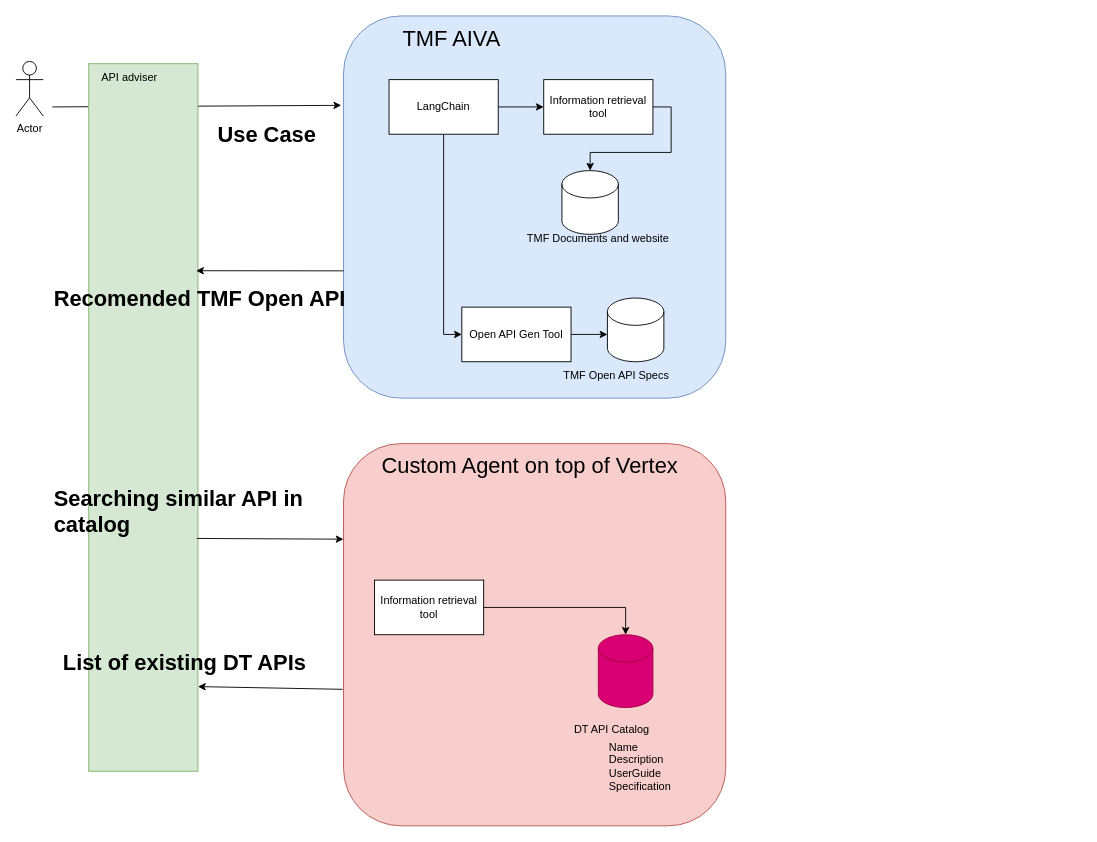
The draw.io diagram TMF hack.drawio in slookin/stuff, before the edit. Source tidied: cells renumbered, new cells numbered last; positions are measured from the earlier drawing's top-left corner, leaving out a move shared by most shapes. Both pictures are drawn from the tidied source at 91%, with x=0, y=0 at pixel (15, 15).
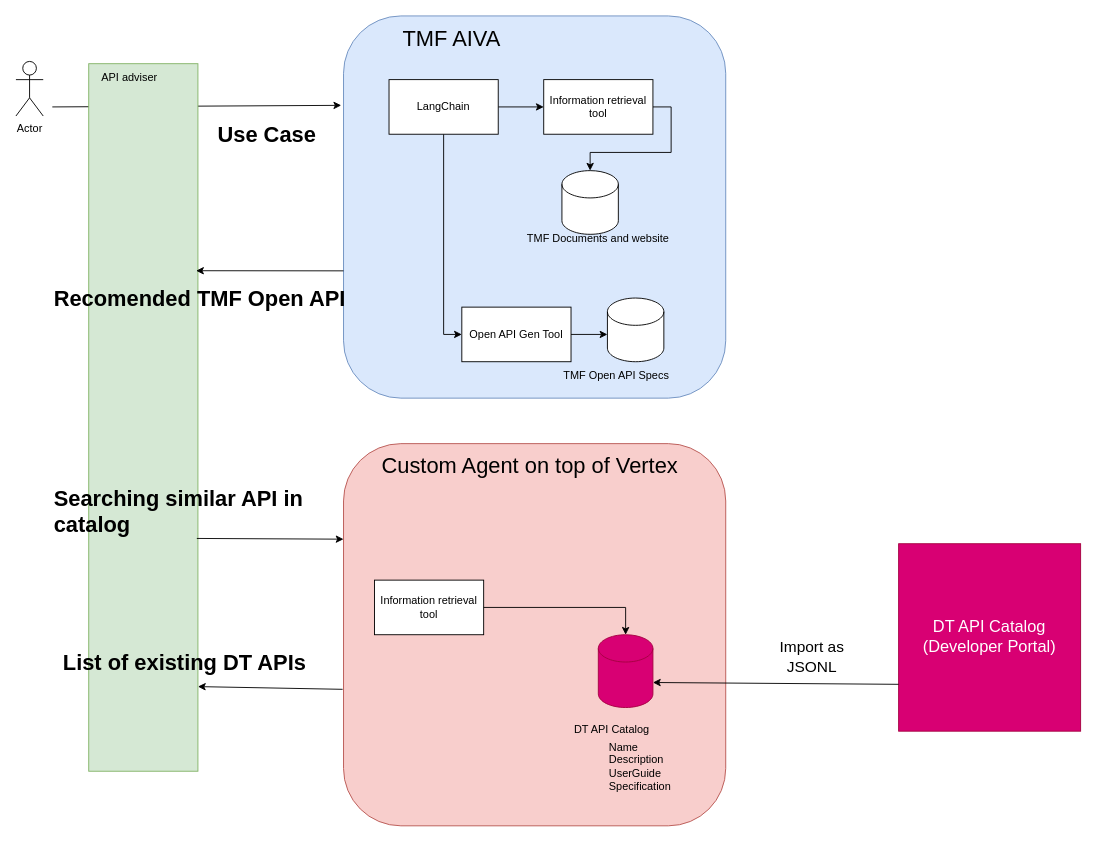
The same page after the edit.

Unchanged cells that the change refers to:
```xml
<mxCell id="17" style="shape=cylinder3;whiteSpace=wrap;html=1;boundedLbl=1;backgroundOutline=1;size=15;fillColor=#d80073;fontColor=#ffffff;strokeColor=#A50040;" parent="1" vertex="1">
  <mxGeometry x="640" y="680" width="60" height="80" as="geometry" />
</mxCell>
```

Change to the diagram source:
```diff
@@
+    <mxCell id="33" value="&lt;font style=&quot;font-size: 18px;&quot;&gt;DT API Catalog (Developer Portal)&lt;/font&gt;" style="whiteSpace=wrap;html=1;fillColor=#d80073;fontColor=#ffffff;strokeColor=#A50040;" parent="1" vertex="1">
+      <mxGeometry x="970" y="580" width="200" height="206" as="geometry" />
+    </mxCell>
+    <mxCell id="34" style="endArrow=classic;html=1;rounded=0;entryX=1;entryY=0;entryDx=0;entryDy=52.5;entryPerimeter=0;exitX=0;exitY=0.75;exitDx=0;exitDy=0;" parent="1" edge="1" source="33" target="17">
+      <mxGeometry relative="1" as="geometry" />
+    </mxCell>
+    <mxCell id="35" value="Import as JSONL" style="text;html=1;align=center;verticalAlign=middle;whiteSpace=wrap;rounded=0;fontSize=17;" parent="1" vertex="1">
+      <mxGeometry x="830" y="690" width="90" height="30" as="geometry" />
+    </mxCell>
```
